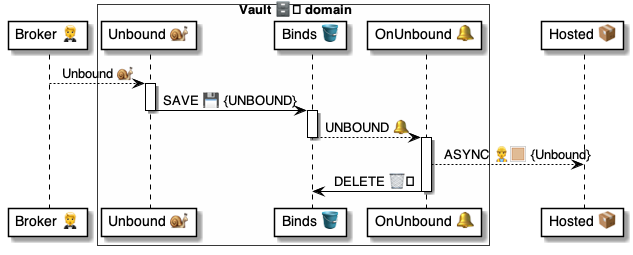
pollyweb-org/pollyweb-docs keeps this PlantUML diagram as 4 ⚙️ Solution/41 🎭 Domain Roles/Vaults 🗄️/🗄️🪣 Vault tables/Binds 🔗 table/🪣🧱 21 Unbound 🔔 event/🗄️ OnBindUnbound ⚙️ uml.png. Above is the earlier version. Its source is kept beside it as 4 ⚙️ Solution/41 🎭 Domain Roles/Vaults 🗄️/🗄️🪣 Vault tables/Binds 🔗 table/🪣🧱 21 Unbound 🔔 event/🗄️ OnBindUnbound ⚙️ uml.puml. Its diagram source:
```plantuml
@startuml OnBindUnbound

participant "Broker 🤵" as broker
box Vault 🗄️ domain #FFFFFA
    participant "Unbound 🐌" as script
    participant "Binds 🪣" as binds
    participant "OnUnbound 🔔" as trigger
end box
participant "Hosted 📦" as hosted

broker --> script: Unbound 🐌

activate script
    script -> binds: SAVE 💾 {UNBOUND}
deactivate script

activate binds
    binds --> trigger: UNBOUND 🔔
deactivate binds

activate trigger
    trigger --> hosted: ASYNC 👷🏼 {Unbound}
    trigger -> binds: DELETE 🗑️
deactivate trigger


@enduml
```
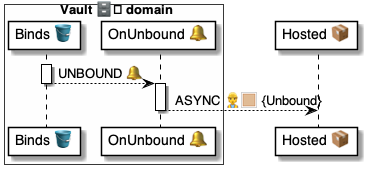
Later version of the same file.

Change to the diagram source:
```diff
@@ -1,18 +1,11 @@
 @startuml OnBindUnbound
 
-participant "Broker 🤵" as broker
 box Vault 🗄️ domain #FFFFFA
-    participant "Unbound 🐌" as script
     participant "Binds 🪣" as binds
     participant "OnUnbound 🔔" as trigger
 end box
 participant "Hosted 📦" as hosted
 
-broker --> script: Unbound 🐌
-
-activate script
-    script -> binds: SAVE 💾 {UNBOUND}
-deactivate script
 
 activate binds
     binds --> trigger: UNBOUND 🔔
@@ -20,7 +13,6 @@
 
 activate trigger
     trigger --> hosted: ASYNC 👷🏼 {Unbound}
-    trigger -> binds: DELETE 🗑️
 deactivate trigger
 
 
```
